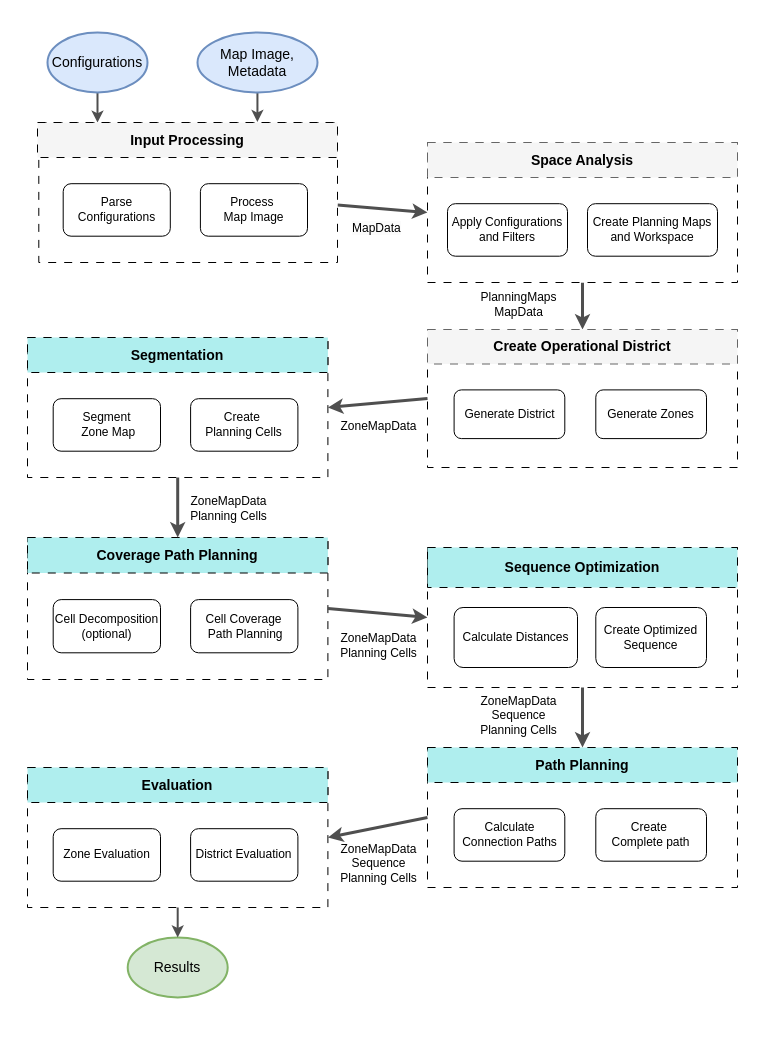
MortezaHagh/coverage-path-planning keeps this draw.io diagram as page "SystemOverview" (1 of 3) of design/system_overview.drawio. Above is the earlier version. Source tidied: cells renumbered, new cells numbered last; positions are measured from the earlier drawing's top-left corner, leaving out a move shared by most shapes. Both pictures are drawn from the tidied source at 100%, with x=0, y=0 at pixel (17, 17).
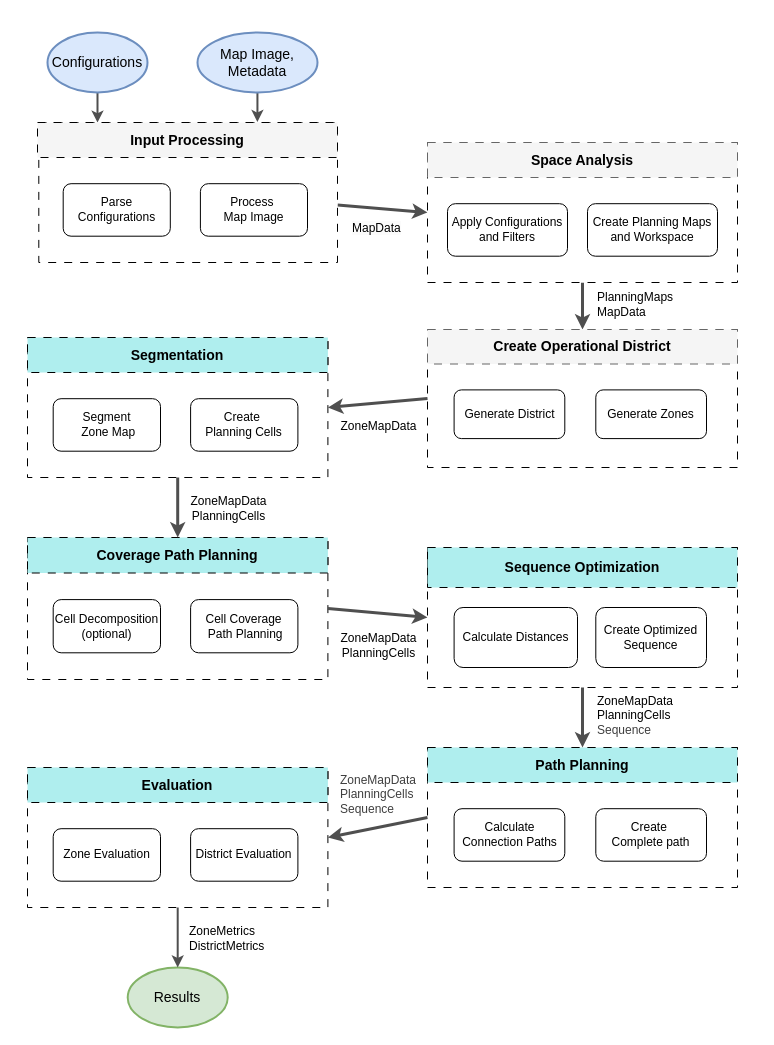
The same page after the edit.

Unchanged cells that the change refers to:
```xml
<mxCell id="5" style="edgeStyle=none;html=1;entryX=0.5;entryY=0;entryDx=0;entryDy=0;align=center;textDirection=ltr;rounded=1;strokeColor=#4F4F4F;strokeWidth=3;verticalAlign=middle;fontFamily=Helvetica;fontSize=11;fontColor=#000000;labelBackgroundColor=default;endArrow=classic;" parent="1" edge="1" source="13" target="9">
  <mxGeometry relative="1" as="geometry" />
</mxCell>
<mxCell id="29" style="edgeStyle=none;html=1;entryX=0.5;entryY=0;entryDx=0;entryDy=0;textDirection=ltr;rounded=1;strokeColor=#4F4F4F;strokeWidth=3;align=center;verticalAlign=middle;fontFamily=Helvetica;fontSize=11;fontColor=#000000;labelBackgroundColor=default;endArrow=classic;" parent="1" edge="1" source="18" target="26">
  <mxGeometry relative="1" as="geometry" />
</mxCell>
<mxCell id="31" style="edgeStyle=none;html=1;entryX=0;entryY=0.5;entryDx=0;entryDy=0;textDirection=ltr;rounded=1;strokeColor=#4F4F4F;strokeWidth=3;align=center;verticalAlign=middle;fontFamily=Helvetica;fontSize=11;fontColor=#000000;labelBackgroundColor=default;endArrow=classic;exitX=1;exitY=0.5;exitDx=0;exitDy=0;" parent="1" edge="1" source="25" target="34">
  <mxGeometry relative="1" as="geometry" />
</mxCell>
<mxCell id="43" style="edgeStyle=none;html=1;entryX=0.5;entryY=0;entryDx=0;entryDy=0;textDirection=ltr;rounded=1;strokeColor=#4F4F4F;strokeWidth=3;align=center;verticalAlign=middle;fontFamily=Helvetica;fontSize=11;fontColor=#000000;labelBackgroundColor=default;endArrow=classic;" parent="1" edge="1" source="34" target="40">
  <mxGeometry relative="1" as="geometry" />
</mxCell>
<mxCell id="50" style="edgeStyle=none;html=1;entryX=1;entryY=0.5;entryDx=0;entryDy=0;textDirection=ltr;rounded=1;strokeColor=#4F4F4F;strokeWidth=3;align=center;verticalAlign=middle;fontFamily=Helvetica;fontSize=11;fontColor=#000000;labelBackgroundColor=default;endArrow=classic;exitX=0;exitY=0.5;exitDx=0;exitDy=0;" parent="1" edge="1" source="39" target="46">
  <mxGeometry relative="1" as="geometry" />
</mxCell>
<mxCell id="53" style="edgeStyle=none;html=1;entryX=0.5;entryY=0;entryDx=0;entryDy=0;entryPerimeter=0;fontColor=#000000;strokeWidth=2;strokeColor=#4F4F4F;" parent="1" edge="1" source="46" target="52">
  <mxGeometry relative="1" as="geometry" />
</mxCell>
```

Diff of the diagram source:
```diff
@@
-    <mxCell id="6" value="&lt;font style=&quot;&quot;&gt;PlanningMaps&lt;/font&gt;&lt;div&gt;&lt;font style=&quot;&quot;&gt;MapData&lt;/font&gt;&lt;/div&gt;" style="edgeLabel;html=1;align=center;verticalAlign=middle;textDirection=ltr;rounded=1;strokeColor=#4F4F4F;strokeWidth=3;fontFamily=Helvetica;fontSize=12;fontColor=#000000;labelBackgroundColor=default;" parent="5" vertex="1">
+    <mxCell id="6" value="&lt;font style=&quot;&quot;&gt;PlanningMaps&lt;/font&gt;&lt;div&gt;&lt;font style=&quot;&quot;&gt;MapData&lt;/font&gt;&lt;/div&gt;" style="edgeLabel;html=1;align=left;verticalAlign=middle;textDirection=ltr;rounded=1;strokeColor=#4F4F4F;strokeWidth=3;fontFamily=Helvetica;fontSize=12;fontColor=#000000;labelBackgroundColor=default;" parent="5" vertex="1">
       <mxGeometry x="-0.15" relative="1" as="geometry">
-        <mxPoint x="-65" y="1" as="offset" />
+        <mxPoint x="13" y="1" as="offset" />
       </mxGeometry>
     </mxCell>
@@
-    <mxCell id="30" value="&lt;div&gt;&lt;span style=&quot;background-color: light-dark(#ffffff, var(--ge-dark-color, #121212));&quot;&gt;ZoneMapData&lt;/span&gt;&lt;/div&gt;&lt;div&gt;Planning Cells&lt;/div&gt;" style="edgeLabel;html=1;align=center;verticalAlign=middle;textDirection=ltr;rounded=1;strokeColor=#4F4F4F;strokeWidth=3;fontFamily=Helvetica;fontSize=12;fontColor=#000000;labelBackgroundColor=default;" parent="29" vertex="1">
+    <mxCell id="30" value="&lt;div&gt;&lt;span style=&quot;background-color: light-dark(#ffffff, var(--ge-dark-color, #121212));&quot;&gt;ZoneMapData&lt;/span&gt;&lt;/div&gt;&lt;div&gt;PlanningCells&lt;/div&gt;" style="edgeLabel;html=1;align=center;verticalAlign=middle;textDirection=ltr;rounded=1;strokeColor=#4F4F4F;strokeWidth=3;fontFamily=Helvetica;fontSize=12;fontColor=#000000;labelBackgroundColor=default;" parent="29" vertex="1">
       <mxGeometry x="-0.51" y="2" relative="1" as="geometry">
         <mxPoint x="48" y="15" as="offset" />
       </mxGeometry>
     </mxCell>
@@
-    <mxCell id="32" value="&lt;span style=&quot;scrollbar-color: rgb(226, 226, 226) rgb(251, 251, 251);&quot;&gt;&lt;font style=&quot;&quot;&gt;ZoneMapData&lt;/font&gt;&lt;/span&gt;&lt;div&gt;&lt;span style=&quot;background-color: light-dark(#ffffff, var(--ge-dark-color, #121212));&quot;&gt;&lt;font style=&quot;&quot;&gt;Planning Cells&lt;/font&gt;&lt;/span&gt;&lt;/div&gt;" style="edgeLabel;html=1;align=center;verticalAlign=middle;textDirection=ltr;rounded=1;strokeColor=#4F4F4F;strokeWidth=3;fontFamily=Helvetica;fontSize=12;fontColor=#000000;labelBackgroundColor=default;" parent="31" vertex="1">
+    <mxCell id="32" value="&lt;span style=&quot;scrollbar-color: rgb(226, 226, 226) rgb(251, 251, 251);&quot;&gt;&lt;font style=&quot;&quot;&gt;ZoneMapData&lt;/font&gt;&lt;/span&gt;&lt;div&gt;&lt;span style=&quot;background-color: light-dark(#ffffff, var(--ge-dark-color, #121212));&quot;&gt;&lt;font style=&quot;&quot;&gt;PlanningCells&lt;/font&gt;&lt;/span&gt;&lt;/div&gt;" style="edgeLabel;html=1;align=center;verticalAlign=middle;textDirection=ltr;rounded=1;strokeColor=#4F4F4F;strokeWidth=3;fontFamily=Helvetica;fontSize=12;fontColor=#000000;labelBackgroundColor=default;" parent="31" vertex="1">
       <mxGeometry x="-0.28" y="-1" relative="1" as="geometry">
         <mxPoint x="14" y="32" as="offset" />
       </mxGeometry>
     </mxCell>
@@
-    <mxCell id="44" value="&lt;span style=&quot;scrollbar-color: rgb(226, 226, 226) rgb(251, 251, 251);&quot;&gt;ZoneMapData&lt;/span&gt;&lt;div&gt;&lt;span&gt;&lt;font&gt;Sequence&lt;/font&gt;&lt;/span&gt;&lt;/div&gt;&lt;div&gt;&lt;span style=&quot;background-color: light-dark(#ffffff, var(--ge-dark-color, #121212));&quot;&gt;Planning Cells&lt;/span&gt;&lt;/div&gt;" style="edgeLabel;html=1;align=center;verticalAlign=middle;fontSize=12;fontColor=#000000;textDirection=ltr;rounded=1;strokeColor=#4F4F4F;strokeWidth=3;fontFamily=Helvetica;labelBackgroundColor=default;" parent="43" vertex="1">
+    <mxCell id="44" value="&lt;span style=&quot;scrollbar-color: rgb(226, 226, 226) rgb(251, 251, 251);&quot;&gt;ZoneMapData&lt;/span&gt;&lt;div&gt;&lt;span style=&quot;background-color: light-dark(#ffffff, var(--ge-dark-color, #121212));&quot;&gt;PlanningCells&lt;/span&gt;&lt;/div&gt;&lt;div&gt;&lt;span style=&quot;color: rgb(63, 63, 63);&quot;&gt;Sequence&lt;/span&gt;&lt;span style=&quot;background-color: light-dark(#ffffff, var(--ge-dark-color, #121212));&quot;&gt;&lt;/span&gt;&lt;/div&gt;" style="edgeLabel;html=1;align=left;verticalAlign=middle;fontSize=12;fontColor=#000000;textDirection=ltr;rounded=1;strokeColor=#4F4F4F;strokeWidth=3;fontFamily=Helvetica;labelBackgroundColor=default;" parent="43" vertex="1">
       <mxGeometry x="-0.39" y="-1" relative="1" as="geometry">
-        <mxPoint x="-64" y="9" as="offset" />
+        <mxPoint x="14" y="9" as="offset" />
       </mxGeometry>
     </mxCell>
@@
-    <mxCell id="51" value="&lt;span style=&quot;scrollbar-color: rgb(226, 226, 226) rgb(251, 251, 251);&quot;&gt;&lt;span style=&quot;scrollbar-color: rgb(226, 226, 226) rgb(251, 251, 251);&quot;&gt;&lt;font style=&quot;&quot;&gt;ZoneMapData&lt;/font&gt;&lt;/span&gt;&lt;/span&gt;&lt;div&gt;&lt;span style=&quot;scrollbar-color: rgb(226, 226, 226) rgb(251, 251, 251);&quot;&gt;&lt;font style=&quot;&quot;&gt;Sequence&lt;/font&gt;&lt;/span&gt;&lt;div style=&quot;scrollbar-color: rgb(226, 226, 226) rgb(251, 251, 251);&quot;&gt;&lt;span style=&quot;scrollbar-color: rgb(226, 226, 226) rgb(251, 251, 251);&quot;&gt;&lt;font style=&quot;&quot;&gt;Planning Cells&lt;/font&gt;&lt;/span&gt;&lt;/div&gt;&lt;/div&gt;" style="edgeLabel;html=1;align=center;verticalAlign=middle;textDirection=ltr;rounded=1;strokeColor=#4F4F4F;strokeWidth=3;fontFamily=Helvetica;fontSize=12;fontColor=#000000;labelBackgroundColor=default;" parent="50" vertex="1">
+    <mxCell id="51" value="&lt;span style=&quot;color: rgb(63, 63, 63); scrollbar-color: rgb(226, 226, 226) rgb(251, 251, 251);&quot;&gt;ZoneMapData&lt;/span&gt;&lt;div style=&quot;color: rgb(63, 63, 63); scrollbar-color: rgb(226, 226, 226) rgb(251, 251, 251);&quot;&gt;&lt;span style=&quot;color: rgb(63, 63, 63); scrollbar-color: rgb(226, 226, 226) rgb(251, 251, 251);&quot;&gt;PlanningCells&lt;/span&gt;&lt;/div&gt;&lt;div style=&quot;color: rgb(63, 63, 63); scrollbar-color: rgb(226, 226, 226) rgb(251, 251, 251);&quot;&gt;&lt;span style=&quot;color: rgb(63, 63, 63); scrollbar-color: rgb(226, 226, 226) rgb(251, 251, 251);&quot;&gt;Sequence&lt;/span&gt;&lt;/div&gt;" style="edgeLabel;html=1;align=left;verticalAlign=middle;textDirection=ltr;rounded=1;strokeColor=#4F4F4F;strokeWidth=3;fontFamily=Helvetica;fontSize=12;fontColor=#000000;labelBackgroundColor=default;" parent="50" vertex="1">
       <mxGeometry x="-0.42" relative="1" as="geometry">
-        <mxPoint x="-21" y="40" as="offset" />
+        <mxPoint x="-61" y="-29" as="offset" />
       </mxGeometry>
     </mxCell>
     <mxCell id="52" value="&lt;div&gt;&lt;span style=&quot;&quot;&gt;&lt;font&gt;Results&lt;/font&gt;&lt;/span&gt;&lt;/div&gt;" style="strokeWidth=2;html=1;shape=mxgraph.flowchart.start_1;whiteSpace=wrap;fontFamily=Helvetica;strokeColor=#82b366;align=center;verticalAlign=middle;fontSize=14;fillColor=#d5e8d4;textDirection=ltr;fontColor=#000000;" parent="1" vertex="1">
-      <mxGeometry x="110.2" y="920" width="100" height="60" as="geometry" />
+      <mxGeometry x="110.2" y="950" width="100" height="60" as="geometry" />
     </mxCell>
@@
+    <mxCell id="63" value="&lt;font style=&quot;color: rgb(0, 0, 0); font-size: 12px;&quot;&gt;ZoneMetrics&lt;/font&gt;&lt;div&gt;&lt;font style=&quot;color: rgb(0, 0, 0); font-size: 12px;&quot;&gt;DistrictMetrics&lt;/font&gt;&lt;/div&gt;" style="edgeLabel;html=1;align=left;verticalAlign=middle;" parent="53" vertex="1">
+      <mxGeometry x="-0.24" y="-2" relative="1" as="geometry">
+        <mxPoint x="12" y="7" as="offset" />
+      </mxGeometry>
+    </mxCell>
```
